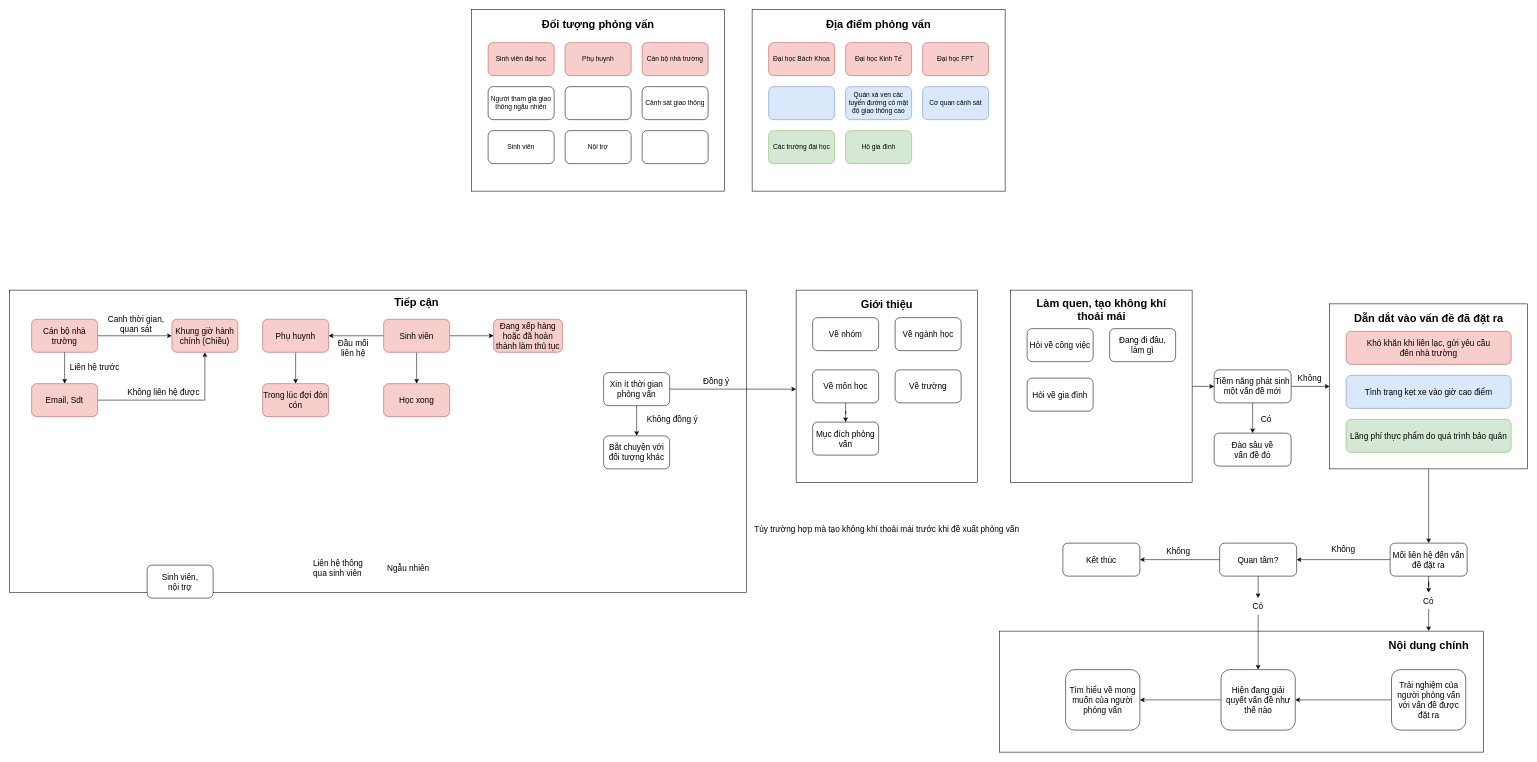
Earlier version of the draw.io diagram Untitled Diagram.drawio (lukas0173/Draw.io). Source tidied: cells renumbered, new cells numbered last; positions are measured from the earlier drawing's top-left corner, leaving out a move shared by most shapes. Both pictures are drawn from the tidied source at 55%, with x=0, y=0 at pixel (9, 9).
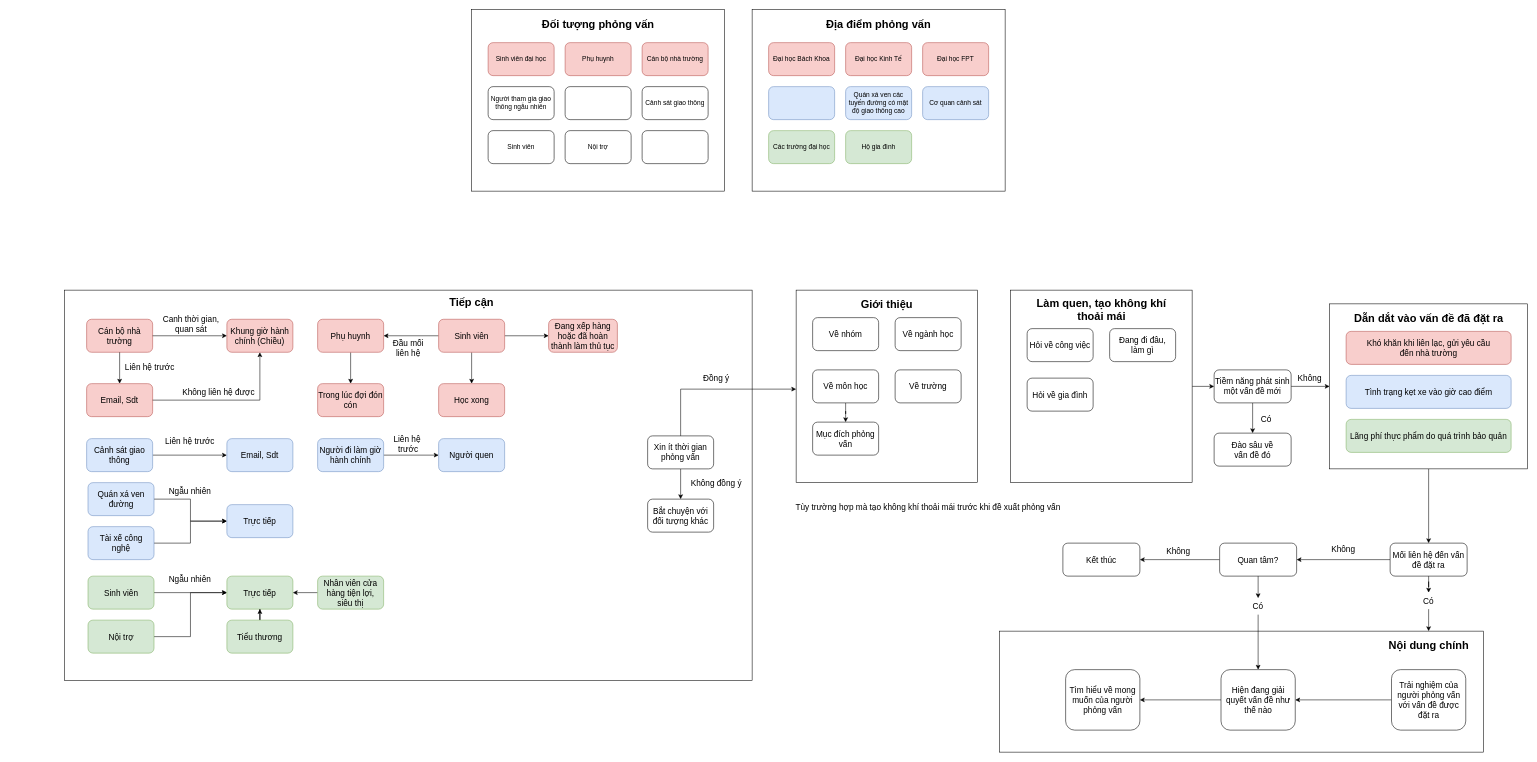
The same page after the edit.

Diff of the diagram source:
```diff
@@
     <mxCell id="23" style="rounded=0;whiteSpace=wrap;html=1;" parent="1" vertex="1">
-      <mxGeometry y="510" width="1340" height="550" as="geometry" />
+      <mxGeometry x="100" y="510" width="1250" height="710" as="geometry" />
     </mxCell>
     <mxCell id="24" value="&lt;span style=&quot;font-size: 20px;&quot;&gt;Tiếp cận&lt;/span&gt;" style="text;html=1;align=center;verticalAlign=middle;whiteSpace=wrap;rounded=0;fontStyle=1;" parent="1" vertex="1">
-      <mxGeometry x="630" y="516" width="220" height="30" as="geometry" />
+      <mxGeometry x="730" y="516" width="220" height="30" as="geometry" />
     </mxCell>
+    <mxCell id="107" style="edgeStyle=orthogonalEdgeStyle;rounded=0;jettySize=auto;html=1;entryX=0;entryY=0.5;entryDx=0;entryDy=0;" parent="1" edge="1" source="25" target="109">
+      <mxGeometry relative="1" as="geometry" />
+    </mxCell>
-    <mxCell id="25" value="Sinh viên,&lt;div&gt;nội trợ&lt;/div&gt;" style="rounded=1;whiteSpace=wrap;html=1;fontSize=15;" parent="1" vertex="1">
-      <mxGeometry x="250" y="1010" width="120" height="60" as="geometry" />
+    <mxCell id="25" value="Cảnh sát giao thông" style="rounded=1;whiteSpace=wrap;html=1;fontSize=15;fillColor=#dae8fc;strokeColor=#6c8ebf;" parent="1" vertex="1">
+      <mxGeometry x="140" y="780" width="120" height="60" as="geometry" />
     </mxCell>
@@
     <mxCell id="27" value="Phụ huynh" style="rounded=1;whiteSpace=wrap;html=1;fontSize=15;fillColor=#f8cecc;strokeColor=#b85450;" parent="1" vertex="1">
-      <mxGeometry x="460" y="563" width="120" height="60" as="geometry" />
+      <mxGeometry x="560" y="563" width="120" height="60" as="geometry" />
     </mxCell>
-    <mxCell id="28" value="Ngẫu nhiên" style="text;html=1;align=center;verticalAlign=middle;whiteSpace=wrap;rounded=0;fontSize=15;" parent="1" vertex="1">
-      <mxGeometry x="670" y="1000" width="110" height="30" as="geometry" />
-    </mxCell>
-    <mxCell id="29" value="Liên hệ thông qua sinh viên" style="text;html=1;align=left;verticalAlign=middle;whiteSpace=wrap;rounded=0;fontSize=15;" parent="1" vertex="1">
-      <mxGeometry x="550" y="1000" width="110" height="30" as="geometry" />
-    </mxCell>
     <mxCell id="30" value="Đầu mối&lt;div&gt;liên hệ&lt;/div&gt;" style="text;html=1;align=center;verticalAlign=middle;whiteSpace=wrap;rounded=0;fontSize=15;" parent="1" vertex="1">
-      <mxGeometry x="570" y="600" width="110" height="30" as="geometry" />
+      <mxGeometry x="670" y="600" width="110" height="30" as="geometry" />
     </mxCell>
@@
     <mxCell id="40" value="Xin ít thời gian&lt;div&gt;&lt;span style=&quot;background-color: transparent; color: light-dark(rgb(0, 0, 0), rgb(255, 255, 255));&quot;&gt;phỏng vấn&lt;/span&gt;&lt;/div&gt;" style="rounded=1;whiteSpace=wrap;html=1;fontSize=15;" parent="1" vertex="1">
-      <mxGeometry x="1080" y="660" width="120" height="60" as="geometry" />
+      <mxGeometry x="1160" y="775" width="120" height="60" as="geometry" />
     </mxCell>
     <mxCell id="41" value="Bắt chuyện với đối tượng khác" style="rounded=1;whiteSpace=wrap;html=1;fontSize=15;" parent="1" vertex="1">
-      <mxGeometry x="1080" y="775" width="120" height="60" as="geometry" />
+      <mxGeometry x="1160" y="890" width="120" height="60" as="geometry" />
     </mxCell>
     <mxCell id="42" value="Đồng ý" style="text;html=1;align=center;verticalAlign=middle;whiteSpace=wrap;rounded=0;fontSize=15;" parent="1" vertex="1">
-      <mxGeometry x="1230" y="660" width="110" height="30" as="geometry" />
+      <mxGeometry x="1230" y="655" width="110" height="30" as="geometry" />
     </mxCell>
     <mxCell id="43" value="Không đồng ý" style="text;html=1;align=center;verticalAlign=middle;whiteSpace=wrap;rounded=0;fontSize=15;" parent="1" vertex="1">
-      <mxGeometry x="1150" y="730" width="110" height="30" as="geometry" />
+      <mxGeometry x="1230" y="845" width="110" height="30" as="geometry" />
     </mxCell>
@@
     <mxCell id="53" value="Tùy trường hợp mà tạo không khí thoải mái trước khi đề xuất phỏng vấn" style="text;html=1;align=center;verticalAlign=middle;whiteSpace=wrap;rounded=0;fontSize=15;" parent="1" vertex="1">
-      <mxGeometry x="1310" y="930" width="570" height="30" as="geometry" />
+      <mxGeometry x="1385" y="890" width="570" height="30" as="geometry" />
     </mxCell>
@@
     <mxCell id="92" value="Sinh viên" style="rounded=1;whiteSpace=wrap;html=1;fontSize=15;fillColor=#f8cecc;strokeColor=#b85450;" parent="1" vertex="1">
-      <mxGeometry x="680" y="563" width="120" height="60" as="geometry" />
+      <mxGeometry x="780" y="563" width="120" height="60" as="geometry" />
     </mxCell>
     <mxCell id="93" value="Đang xếp hàng hoặc đã hoàn thành làm thủ tục" style="rounded=1;whiteSpace=wrap;html=1;fontSize=15;fillColor=#f8cecc;strokeColor=#b85450;" parent="1" vertex="1">
-      <mxGeometry x="880" y="563" width="125" height="60" as="geometry" />
+      <mxGeometry x="980" y="563" width="125" height="60" as="geometry" />
     </mxCell>
     <mxCell id="94" value="Học xong" style="rounded=1;whiteSpace=wrap;html=1;fontSize=15;fillColor=#f8cecc;strokeColor=#b85450;" parent="1" vertex="1">
-      <mxGeometry x="680" y="680" width="120" height="60" as="geometry" />
+      <mxGeometry x="780" y="680" width="120" height="60" as="geometry" />
     </mxCell>
     <mxCell id="95" value="Trong lúc đợi đón cón" style="rounded=1;whiteSpace=wrap;html=1;fontSize=15;fillColor=#f8cecc;strokeColor=#b85450;" parent="1" vertex="1">
-      <mxGeometry x="460" y="680" width="120" height="60" as="geometry" />
+      <mxGeometry x="560" y="680" width="120" height="60" as="geometry" />
     </mxCell>
     <mxCell id="96" style="group;" parent="1" vertex="1">
-      <mxGeometry x="40" y="557" width="375" height="183" as="geometry" />
+      <mxGeometry x="140" y="557" width="375" height="183" as="geometry" />
     </mxCell>
@@
+    <mxCell id="108" value="Liên hệ trước" style="text;html=1;align=center;verticalAlign=middle;whiteSpace=wrap;rounded=0;fontSize=15;" parent="1" vertex="1">
+      <mxGeometry x="262.5" y="770" width="130" height="30" as="geometry" />
+    </mxCell>
+    <mxCell id="109" value="Email, Sdt" style="rounded=1;whiteSpace=wrap;html=1;fontSize=15;fillColor=#dae8fc;strokeColor=#6c8ebf;" parent="1" vertex="1">
+      <mxGeometry x="395" y="780" width="120" height="60" as="geometry" />
+    </mxCell>
+    <mxCell id="110" style="edgeStyle=orthogonalEdgeStyle;rounded=0;jettySize=auto;html=1;entryX=0;entryY=0.5;entryDx=0;entryDy=0;" parent="1" edge="1" source="111" target="114">
+      <mxGeometry relative="1" as="geometry" />
+    </mxCell>
+    <mxCell id="111" value="Quán xá ven đường" style="rounded=1;whiteSpace=wrap;html=1;fontSize=15;fillColor=#dae8fc;strokeColor=#6c8ebf;" parent="1" vertex="1">
+      <mxGeometry x="142.5" y="860" width="120" height="60" as="geometry" />
+    </mxCell>
+    <mxCell id="112" style="edgeStyle=orthogonalEdgeStyle;rounded=0;jettySize=auto;html=1;entryX=0;entryY=0.5;entryDx=0;entryDy=0;" parent="1" edge="1" source="113" target="114">
+      <mxGeometry relative="1" as="geometry" />
+    </mxCell>
+    <mxCell id="113" value="Tài xế công&lt;div&gt;nghệ&lt;/div&gt;" style="rounded=1;whiteSpace=wrap;html=1;fontSize=15;fillColor=#dae8fc;strokeColor=#6c8ebf;" parent="1" vertex="1">
+      <mxGeometry x="142.5" y="940" width="120" height="60" as="geometry" />
+    </mxCell>
+    <mxCell id="114" value="Trực tiếp" style="rounded=1;whiteSpace=wrap;html=1;fontSize=15;fillColor=#dae8fc;strokeColor=#6c8ebf;" parent="1" vertex="1">
+      <mxGeometry x="395" y="900" width="120" height="60" as="geometry" />
+    </mxCell>
+    <mxCell id="115" style="edgeStyle=orthogonalEdgeStyle;rounded=0;jettySize=auto;html=1;" parent="1" edge="1" source="116" target="117">
+      <mxGeometry relative="1" as="geometry" />
+    </mxCell>
+    <mxCell id="116" value="Người đi làm giờ hành chính" style="rounded=1;whiteSpace=wrap;html=1;fontSize=15;fillColor=#dae8fc;strokeColor=#6c8ebf;" parent="1" vertex="1">
+      <mxGeometry x="560" y="780" width="120" height="60" as="geometry" />
+    </mxCell>
+    <mxCell id="117" value="Người quen" style="rounded=1;whiteSpace=wrap;html=1;fontSize=15;fillColor=#dae8fc;strokeColor=#6c8ebf;" parent="1" vertex="1">
+      <mxGeometry x="780" y="780" width="120" height="60" as="geometry" />
+    </mxCell>
+    <mxCell id="118" value="Liên hệ&amp;nbsp;&lt;div&gt;trước&lt;/div&gt;" style="text;html=1;align=center;verticalAlign=middle;whiteSpace=wrap;rounded=0;fontSize=15;" parent="1" vertex="1">
+      <mxGeometry x="660" y="775" width="130" height="30" as="geometry" />
+    </mxCell>
+    <mxCell id="119" style="edgeStyle=orthogonalEdgeStyle;rounded=0;jettySize=auto;html=1;entryX=0;entryY=0.5;entryDx=0;entryDy=0;" parent="1" edge="1" source="120" target="125">
+      <mxGeometry relative="1" as="geometry" />
+    </mxCell>
+    <mxCell id="120" value="Sinh viên" style="rounded=1;whiteSpace=wrap;html=1;fontSize=15;fillColor=#d5e8d4;strokeColor=#82b366;" parent="1" vertex="1">
+      <mxGeometry x="142.5" y="1030" width="120" height="60" as="geometry" />
+    </mxCell>
+    <mxCell id="121" value="Ngẫu nhiên" style="text;html=1;align=center;verticalAlign=middle;whiteSpace=wrap;rounded=0;fontSize=15;" parent="1" vertex="1">
+      <mxGeometry x="262.5" y="860" width="130" height="30" as="geometry" />
+    </mxCell>
+    <mxCell id="122" style="edgeStyle=orthogonalEdgeStyle;rounded=0;jettySize=auto;html=1;entryX=0;entryY=0.5;entryDx=0;entryDy=0;" parent="1" edge="1" source="123" target="125">
+      <mxGeometry relative="1" as="geometry" />
+    </mxCell>
+    <mxCell id="123" value="Nội trợ" style="rounded=1;whiteSpace=wrap;html=1;fontSize=15;fillColor=#d5e8d4;strokeColor=#82b366;" parent="1" vertex="1">
+      <mxGeometry x="142.5" y="1110" width="120" height="60" as="geometry" />
+    </mxCell>
+    <mxCell id="124" value="Ngẫu nhiên" style="text;html=1;align=center;verticalAlign=middle;whiteSpace=wrap;rounded=0;fontSize=15;" parent="1" vertex="1">
+      <mxGeometry x="262.5" y="1020" width="130" height="30" as="geometry" />
+    </mxCell>
+    <mxCell id="125" value="Trực tiếp" style="rounded=1;whiteSpace=wrap;html=1;fontSize=15;fillColor=#d5e8d4;strokeColor=#82b366;" parent="1" vertex="1">
+      <mxGeometry x="395" y="1030" width="120" height="60" as="geometry" />
+    </mxCell>
+    <mxCell id="126" style="edgeStyle=orthogonalEdgeStyle;rounded=0;jettySize=auto;html=1;" parent="1" edge="1" source="127" target="125">
+      <mxGeometry relative="1" as="geometry" />
+    </mxCell>
+    <mxCell id="127" value="Tiểu thương" style="rounded=1;whiteSpace=wrap;html=1;fontSize=15;fillColor=#d5e8d4;strokeColor=#82b366;" parent="1" vertex="1">
+      <mxGeometry x="395" y="1110" width="120" height="60" as="geometry" />
+    </mxCell>
+    <mxCell id="128" style="edgeStyle=orthogonalEdgeStyle;rounded=0;jettySize=auto;html=1;" parent="1" edge="1" source="129" target="125">
+      <mxGeometry relative="1" as="geometry" />
+    </mxCell>
+    <mxCell id="129" value="Nhân viên cửa hàng tiện lợi, siêu thị" style="rounded=1;whiteSpace=wrap;html=1;fontSize=15;fillColor=#d5e8d4;strokeColor=#82b366;" parent="1" vertex="1">
+      <mxGeometry x="560" y="1030" width="120" height="60" as="geometry" />
+    </mxCell>
```
